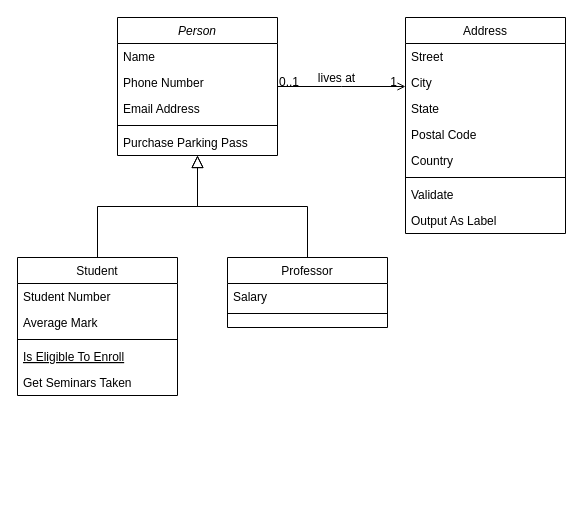
This is AMP-DDD.drawio from wglee-github/AMP-DDD, a draw.io file, before an edit. Source tidied: cells renumbered, new cells numbered last; positions are measured from the earlier drawing's top-left corner, leaving out a move shared by most shapes. Both pictures are drawn from the tidied source at 100%, with x=0, y=0 at pixel (17, 17).
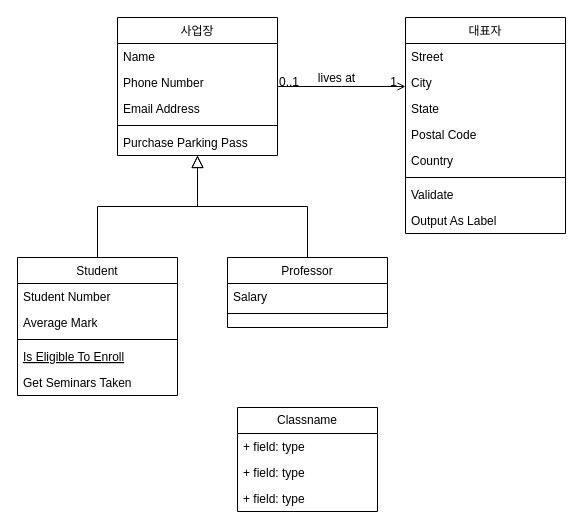
The same diagram, later.

The edit, as a diff of the source:
```diff
@@
-    <mxCell id="2" value="Person" style="swimlane;fontStyle=2;align=center;verticalAlign=top;horizontal=1;startSize=26;rounded=0;shadow=0;strokeWidth=1;" parent="1" vertex="1">
+    <mxCell id="2" value="사업장" style="swimlane;fontStyle=0;align=center;verticalAlign=top;horizontal=1;startSize=26;rounded=0;shadow=0;strokeWidth=1;" parent="1" vertex="1">
       <mxGeometry x="100" width="160" height="138" as="geometry" />
     </mxCell>
@@
-    <mxCell id="19" value="Address" style="swimlane;fontStyle=0;align=center;verticalAlign=top;horizontal=1;startSize=26;rounded=0;shadow=0;strokeWidth=1;" parent="1" vertex="1">
+    <mxCell id="19" value="대표자" style="swimlane;fontStyle=0;align=center;verticalAlign=top;horizontal=1;startSize=26;rounded=0;shadow=0;strokeWidth=1;" parent="1" vertex="1">
       <mxGeometry x="388" width="160" height="216" as="geometry" />
     </mxCell>
@@
+    <mxCell id="32" value="Classname" style="swimlane;fontStyle=0;horizontal=1;startSize=26;fillColor=none;whiteSpace=wrap;html=1;" parent="1" vertex="1">
+      <mxGeometry x="220" y="390" width="140" height="104" as="geometry" />
+    </mxCell>
+    <mxCell id="33" value="+ field: type" style="text;strokeColor=none;fillColor=none;align=left;verticalAlign=top;spacingLeft=4;spacingRight=4;overflow=hidden;whiteSpace=wrap;html=1;" parent="32" vertex="1">
+      <mxGeometry y="26" width="140" height="26" as="geometry" />
+    </mxCell>
+    <mxCell id="34" value="+ field: type" style="text;strokeColor=none;fillColor=none;align=left;verticalAlign=top;spacingLeft=4;spacingRight=4;overflow=hidden;whiteSpace=wrap;html=1;" parent="32" vertex="1">
+      <mxGeometry y="52" width="140" height="26" as="geometry" />
+    </mxCell>
+    <mxCell id="35" value="+ field: type" style="text;strokeColor=none;fillColor=none;align=left;verticalAlign=top;spacingLeft=4;spacingRight=4;overflow=hidden;whiteSpace=wrap;html=1;" parent="32" vertex="1">
+      <mxGeometry y="78" width="140" height="26" as="geometry" />
+    </mxCell>
```
